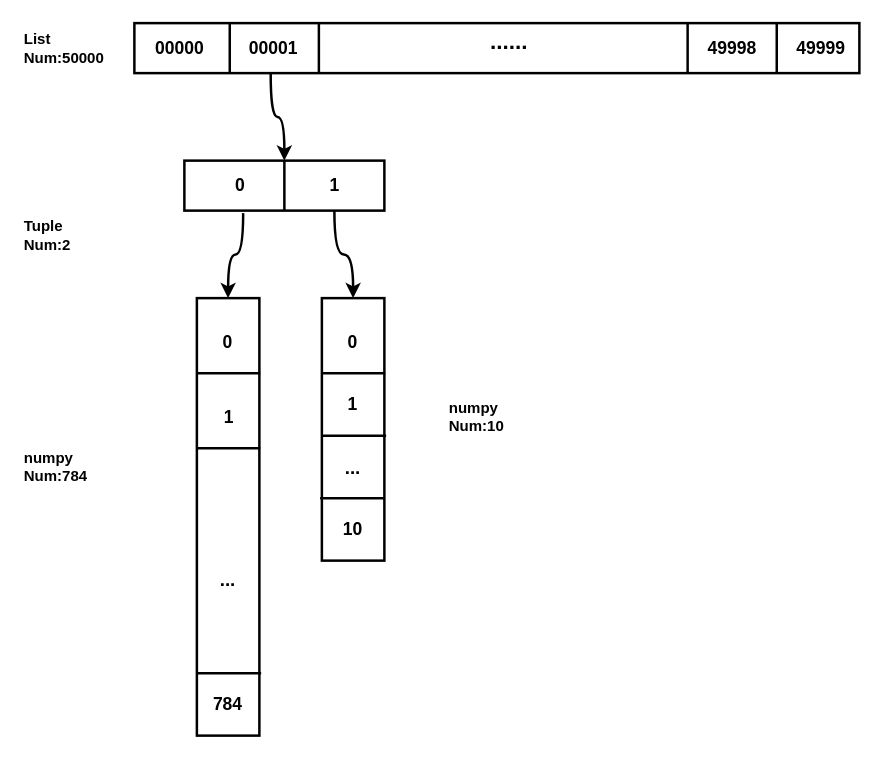
Above: deep_learning_data_structure.drawio in hzsunzixiang/draw.io (draw.io), before the change. Source tidied: cells renumbered, new cells numbered last; positions are measured from the earlier drawing's top-left corner, leaving out a move shared by most shapes. Both pictures are drawn from the tidied source at 125%, with x=0, y=0 at pixel (21, 22).
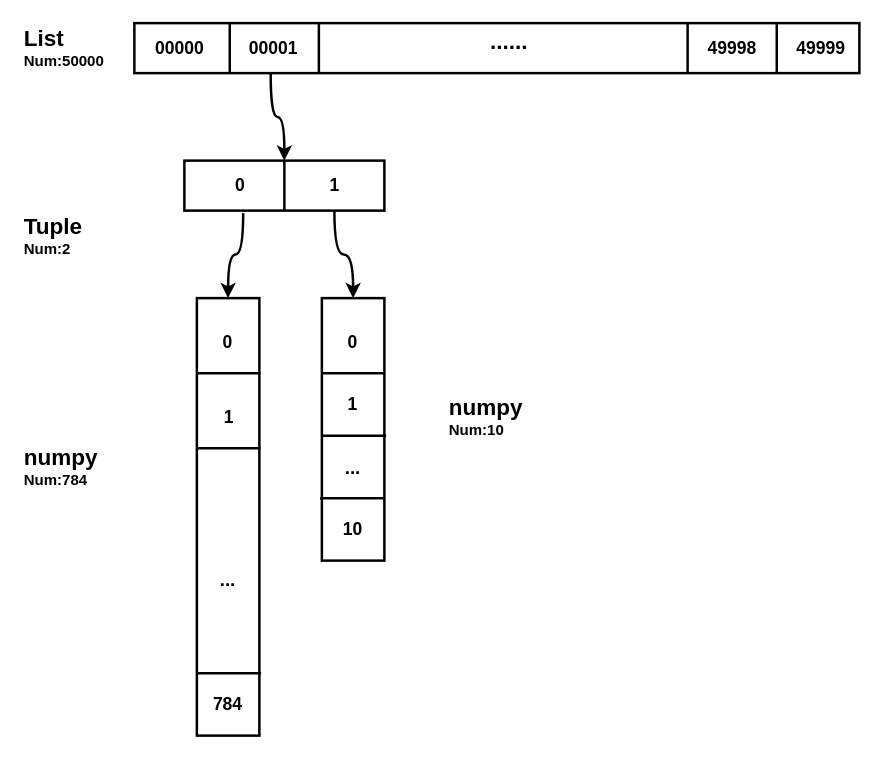
After the change.

The edit, as a diff of the source:
```diff
@@
-    <mxCell id="13" value="&lt;b&gt;List&lt;/b&gt;&lt;div&gt;&lt;b&gt;Num:50000&lt;/b&gt;&lt;/div&gt;" style="text;html=1;align=left;verticalAlign=middle;whiteSpace=wrap;rounded=0;strokeWidth=3;" parent="1" vertex="1">
+    <mxCell id="13" value="&lt;b&gt;&lt;font style=&quot;font-size: 18px;&quot;&gt;List&lt;/font&gt;&lt;/b&gt;&lt;div&gt;&lt;b&gt;Num:50000&lt;/b&gt;&lt;/div&gt;" style="text;html=1;align=left;verticalAlign=middle;whiteSpace=wrap;rounded=0;strokeWidth=3;" parent="1" vertex="1">
       <mxGeometry y="5" width="60" height="30" as="geometry" />
     </mxCell>
-    <mxCell id="14" value="&lt;b&gt;Tuple&lt;/b&gt;&lt;br&gt;&lt;div&gt;&lt;b&gt;Num:2&lt;/b&gt;&lt;/div&gt;" style="text;html=1;align=left;verticalAlign=middle;whiteSpace=wrap;rounded=0;strokeWidth=3;" parent="1" vertex="1">
+    <mxCell id="14" value="&lt;b&gt;&lt;font style=&quot;font-size: 18px;&quot;&gt;Tuple&lt;/font&gt;&lt;/b&gt;&lt;br&gt;&lt;div&gt;&lt;b&gt;Num:2&lt;/b&gt;&lt;/div&gt;" style="text;html=1;align=left;verticalAlign=middle;whiteSpace=wrap;rounded=0;strokeWidth=3;" parent="1" vertex="1">
       <mxGeometry y="155" width="60" height="30" as="geometry" />
     </mxCell>
@@
-    <mxCell id="34" value="&lt;b&gt;numpy&lt;/b&gt;&lt;br&gt;&lt;div&gt;&lt;b&gt;Num:784&lt;/b&gt;&lt;/div&gt;" style="text;html=1;align=left;verticalAlign=middle;whiteSpace=wrap;rounded=0;strokeWidth=3;" parent="1" vertex="1">
+    <mxCell id="34" value="&lt;b&gt;&lt;font style=&quot;font-size: 18px;&quot;&gt;numpy&lt;/font&gt;&lt;/b&gt;&lt;br&gt;&lt;div&gt;&lt;b&gt;Num:784&lt;/b&gt;&lt;/div&gt;" style="text;html=1;align=left;verticalAlign=middle;whiteSpace=wrap;rounded=0;strokeWidth=3;" parent="1" vertex="1">
       <mxGeometry y="340" width="60" height="30" as="geometry" />
     </mxCell>
-    <mxCell id="35" value="&lt;b&gt;numpy&lt;/b&gt;&lt;br&gt;&lt;div&gt;&lt;b&gt;Num:10&lt;/b&gt;&lt;/div&gt;" style="text;html=1;align=left;verticalAlign=middle;whiteSpace=wrap;rounded=0;strokeWidth=3;" parent="1" vertex="1">
+    <mxCell id="35" value="&lt;b&gt;&lt;font style=&quot;font-size: 18px;&quot;&gt;numpy&lt;/font&gt;&lt;/b&gt;&lt;br&gt;&lt;div&gt;&lt;b&gt;Num:10&lt;/b&gt;&lt;/div&gt;" style="text;html=1;align=left;verticalAlign=middle;whiteSpace=wrap;rounded=0;strokeWidth=3;" parent="1" vertex="1">
       <mxGeometry x="340" y="300" width="60" height="30" as="geometry" />
     </mxCell>
```
